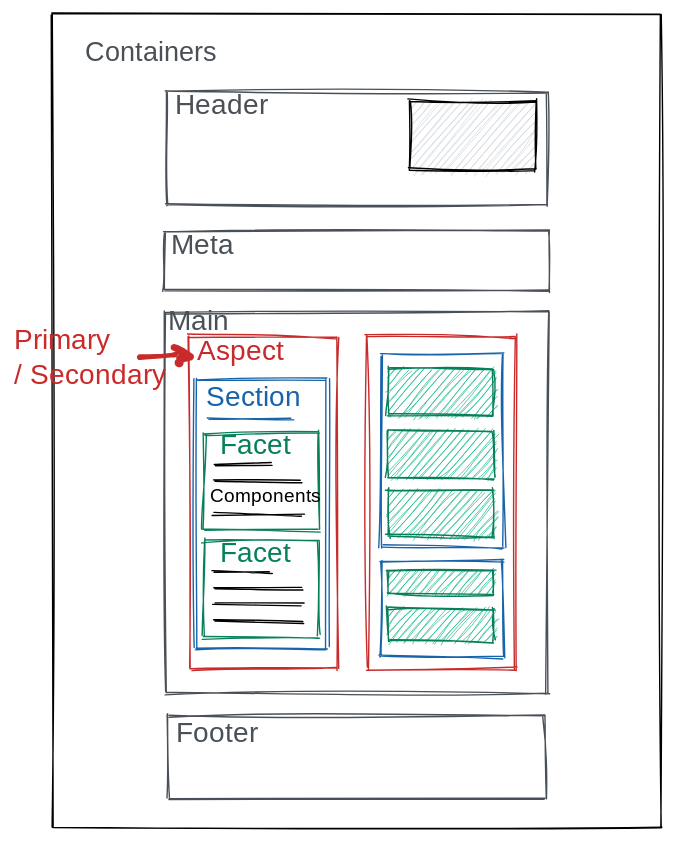
Above: src/@cv/designdoc.excalidraw.svg in D1no/curriculumvitae (Excalidraw), before the change. Source tidied: one line per element, renumbered; positions are measured from the earlier drawing's top-left corner, leaving out a move shared by most shapes.
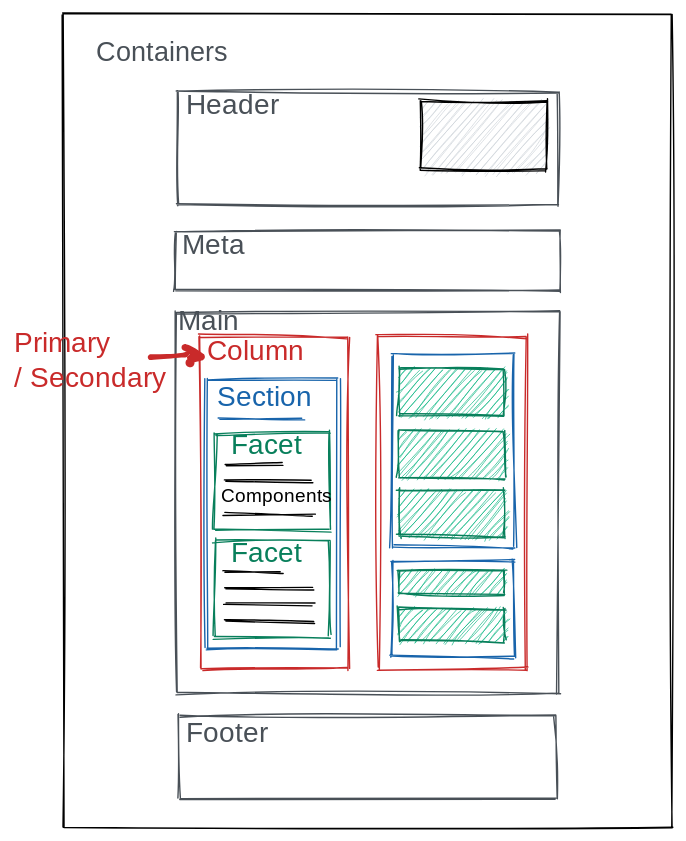
After the commit.

Commit message:
📝 Renaming Aspect to Column since more in line with its usage properties

What changed in the source:
```diff
@@ -8,7 +8,7 @@
 {"id": 7, "type": "rectangle", "strokeColor": "#c92a2a", "strokeWidth": 1, "roughness": 1, "x": 253, "y": 230, "width": 106, "height": 238}
 {"id": 8, "type": "rectangle", "strokeColor": "#1864ab", "strokeWidth": 1, "roughness": 1, "x": 130, "y": 261, "width": 93, "height": 193}
 {"id": 9, "type": "line", "strokeColor": "#1864ab", "strokeWidth": 1, "roughness": 1, "x": 139, "y": 290, "width": 60, "height": 0, "points": [[0, 0], [60, 0]]}
-{"id": 10, "type": "text", "text": "Aspect", "strokeColor": "#c92a2a", "strokeWidth": 1, "roughness": 1, "fontSize": 20, "fontFamily": 1, "x": 130, "y": 229, "width": 67, "height": 25}
+{"id": 10, "type": "text", "text": "Column", "strokeColor": "#c92a2a", "strokeWidth": 1, "roughness": 1, "fontSize": 20, "fontFamily": 1, "x": 130, "y": 229, "width": 64, "height": 25}
 {"id": 11, "type": "text", "text": "Section", "strokeColor": "#1864ab", "strokeWidth": 1, "roughness": 1, "fontSize": 20, "fontFamily": 1, "x": 137, "y": 262, "width": 70, "height": 25}
 {"id": 12, "type": "rectangle", "strokeColor": "#087f5b", "strokeWidth": 1, "roughness": 1, "x": 136, "y": 299, "width": 82, "height": 69}
 {"id": 13, "type": "line", "strokeColor": "#000000", "strokeWidth": 1, "roughness": 1, "x": 143, "y": 322, "width": 41, "height": 0, "points": [[0, 0], [41, 0]]}
@@ -36,4 +36,4 @@
 {"id": 35, "type": "text", "text": "Containers", "strokeColor": "#495057", "backgroundColor": "#12b886", "fillStyle": "hachure", "strokeWidth": 1, "roughness": 1, "fontSize": 19.27, "fontFamily": 1, "x": 51, "y": 17, "width": 100, "height": 24}
 {"id": 36, "type": "freedraw", "strokeColor": "#c92a2a", "strokeWidth": 1, "roughness": 1, "x": 90, "y": 245, "width": 31, "height": 3, "points": [[0, 0], [0, 0], [0, 0], [0, 0], [0, 0], [1, 0], [3, 0], [7, 0], [13, -1], [18, -1], [25, -2], [25, -2], [26, -2], [26, -2], [26, -2], [27, -2], [28, -2], [29, -2], [29, -2], [29, -2], [30, -2], [30, -2], [30, -2], [31, -2], [31, -3], [31, -3], [31, -2], [31, -2], [30, -2], [30, -2]]}
 {"id": 37, "type": "freedraw", "strokeColor": "#c92a2a", "strokeWidth": 1, "roughness": 1, "x": 114, "y": 238, "width": 12, "height": 12, "points": [[0, 0], [0, 0], [0, 0], [1, 0], [2, 0], [3, 1], [5, 2], [7, 3], [9, 5], [11, 6], [12, 7], [12, 7], [12, 7], [11, 7], [10, 7], [9, 7], [9, 7], [7, 7], [6, 7], [5, 8], [4, 8], [4, 9], [4, 9], [4, 9], [4, 9], [3, 9], [3, 10], [3, 11], [2, 12], [2, 12], [2, 12], [2, 12], [3, 12], [3, 11], [4, 11], [4, 11], [4, 11]]}
-{"id": 38, "type": "text", "text": "Primary\n/ Secondary", "strokeColor": "#c92a2a", "strokeWidth": 1, "roughness": 1, "fontSize": 20, "fontFamily": 1, "x": 0, "y": 221, "width": 117, "height": 50}
+{"id": 38, "type": "text", "text": "Primary\n/ Secondary", "strokeColor": "#c92a2a", "strokeWidth": 1, "roughness": 1, "fontSize": 20, "fontFamily": 1, "x": -8, "y": 224, "width": 117, "height": 50}
```
